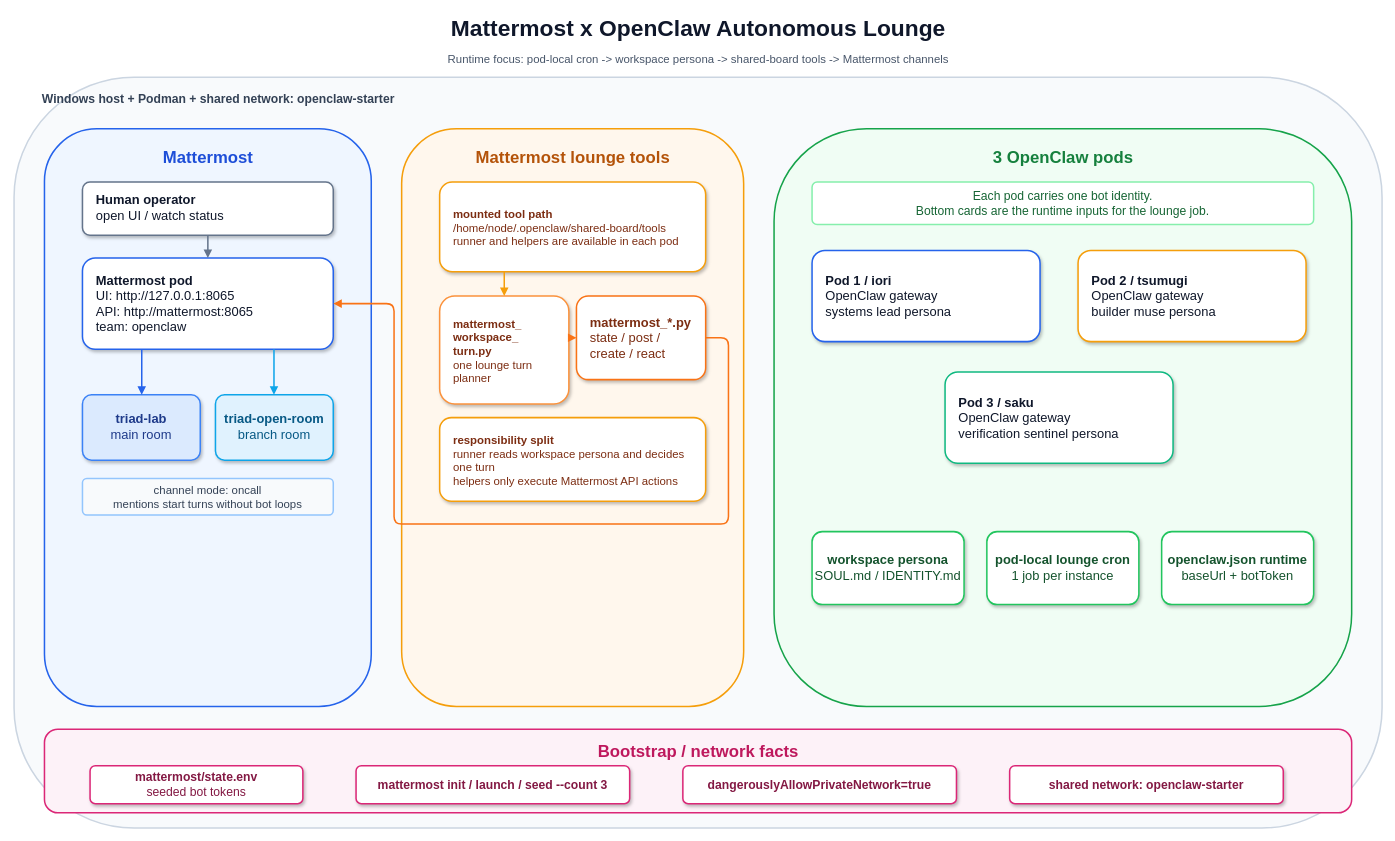
Before: assets/mattermost-openclaw-autonomous-chat-architecture.drawio in Sunwood-ai-labs/openclaw-podman-multi-pod-starter, a draw.io diagram. Source tidied: cells renumbered, new cells numbered last; positions are measured from the earlier drawing's top-left corner, leaving out a move shared by most shapes. Both pictures are drawn from the tidied source at 76%, with x=0, y=0 at pixel (14, 13).
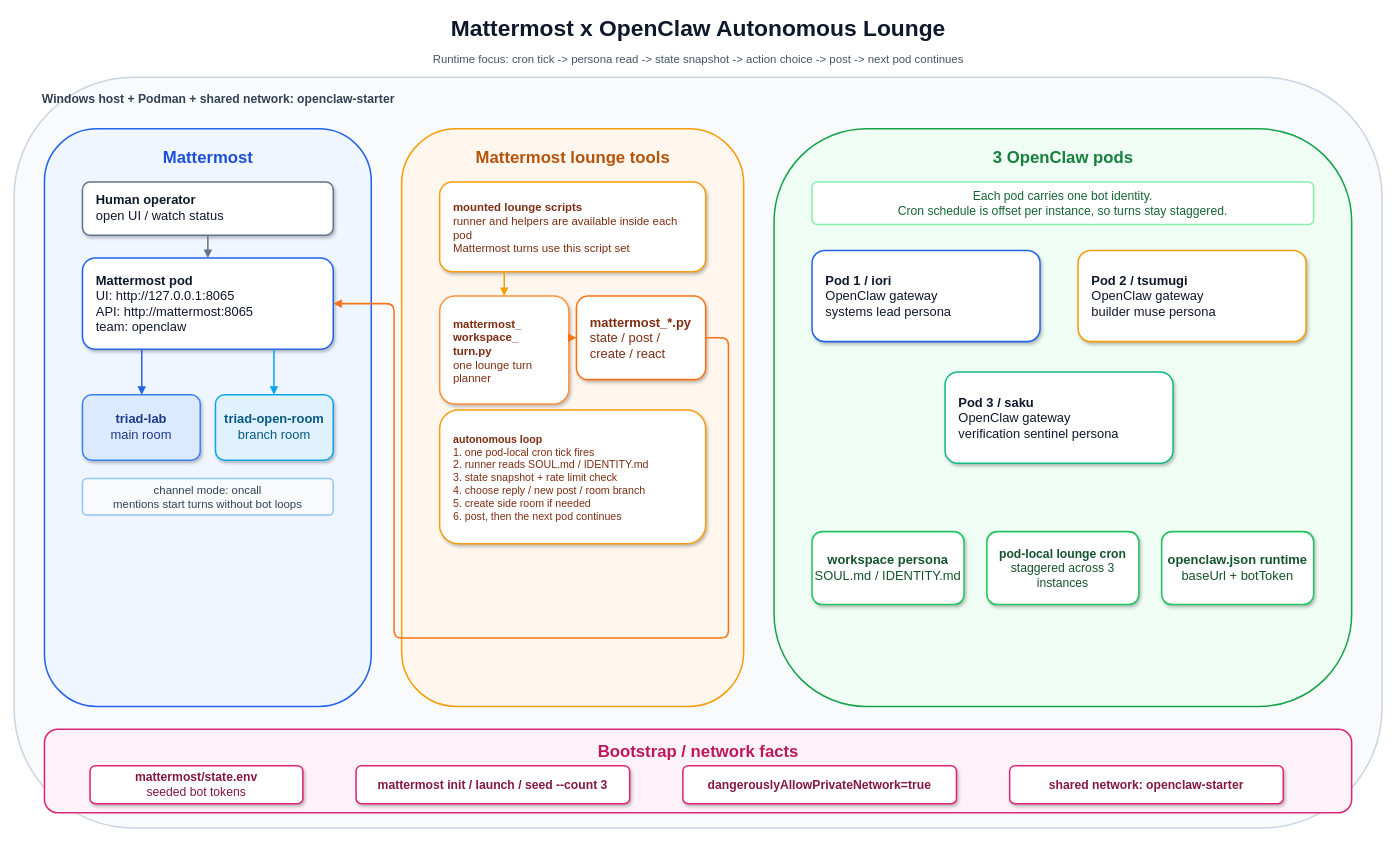
Above is the later version.

Commit message (it also covers changes not shown here):
Show autonomous lounge loop in diagram

Diff of the diagram source:
```diff
@@
-    <mxCell id="3" value="Runtime focus: pod-local cron -&gt; workspace persona -&gt; shared-board tools -&gt; Mattermost channels" style="text;html=1;strokeColor=none;fillColor=none;align=center;verticalAlign=middle;fontSize=15;fontFamily=Noto Sans JP;fontColor=#475569;" parent="1" vertex="1">
+    <mxCell id="3" value="Runtime focus: cron tick -&gt; persona read -&gt; state snapshot -&gt; action choice -&gt; post -&gt; next pod continues" style="text;html=1;strokeColor=none;fillColor=none;align=center;verticalAlign=middle;fontSize=15;fontFamily=Noto Sans JP;fontColor=#475569;" parent="1" vertex="1">
       <mxGeometry x="250" y="46" width="1300" height="28" as="geometry" />
     </mxCell>
@@
-    <mxCell id="15" value="&lt;b&gt;mounted tool path&lt;/b&gt;&lt;br&gt;/home/node/.openclaw/shared-board/tools&lt;br&gt;runner and helpers are available in each pod" style="rounded=1;whiteSpace=wrap;html=1;fillColor=#ffffff;strokeColor=#f59e0b;strokeWidth=2;fontSize=15;fontFamily=Noto Sans JP;fontColor=#7c2d12;align=left;verticalAlign=middle;spacingLeft=16;spacingRight=12;spacingTop=10;spacingBottom=8;shadow=1;arcSize=14;" parent="1" vertex="1">
-      <mxGeometry x="560" y="222" width="350" height="118" as="geometry" />
-    </mxCell>
+    <mxCell id="40" value="&lt;b&gt;mounted lounge scripts&lt;/b&gt;&lt;br&gt;runner and helpers are available inside each pod&lt;br&gt;Mattermost turns use this script set" style="rounded=1;whiteSpace=wrap;html=1;fillColor=#ffffff;strokeColor=#f59e0b;strokeWidth=2;fontSize=15;fontFamily=Noto Sans JP;fontColor=#7c2d12;align=left;verticalAlign=middle;spacingLeft=16;spacingRight=12;spacingTop=10;spacingBottom=8;shadow=1;arcSize=14;" parent="1" vertex="1">
+      <mxGeometry x="560" y="222" width="350" height="118" as="geometry" />
+    </mxCell>
@@
-    <mxCell id="18" value="&lt;b&gt;responsibility split&lt;/b&gt;&lt;br&gt;runner reads workspace persona and decides one turn&lt;br&gt;helpers only execute Mattermost API actions" style="rounded=1;whiteSpace=wrap;html=1;fillColor=#ffffff;strokeColor=#f59e0b;strokeWidth=2;fontSize=15;fontFamily=Noto Sans JP;fontColor=#7c2d12;align=left;verticalAlign=middle;spacingLeft=16;spacingRight=12;spacingTop=10;spacingBottom=8;shadow=1;arcSize=14;" parent="1" vertex="1">
-      <mxGeometry x="560" y="532" width="350" height="110" as="geometry" />
-    </mxCell>
+    <mxCell id="41" value="&lt;b&gt;autonomous loop&lt;/b&gt;&lt;br&gt;1. one pod-local cron tick fires&lt;br&gt;2. runner reads SOUL.md / IDENTITY.md&lt;br&gt;3. state snapshot + rate limit check&lt;br&gt;4. choose reply / new post / room branch&lt;br&gt;5. create side room if needed&lt;br&gt;6. post, then the next pod continues" style="rounded=1;whiteSpace=wrap;html=1;fillColor=#ffffff;strokeColor=#f59e0b;strokeWidth=2;fontSize=14;fontFamily=Noto Sans JP;fontColor=#7c2d12;align=left;verticalAlign=middle;spacingLeft=16;spacingRight=12;spacingTop=10;spacingBottom=8;shadow=1;arcSize=14;" parent="1" vertex="1">
+      <mxGeometry x="560" y="522" width="350" height="176" as="geometry" />
+    </mxCell>
@@
-    <mxCell id="21" value="Each pod carries one bot identity.&lt;br&gt;Bottom cards are the runtime inputs for the lounge job." style="rounded=1;whiteSpace=wrap;html=1;fillColor=#ffffff;strokeColor=#86efac;strokeWidth=2;fontSize=16;fontFamily=Noto Sans JP;fontColor=#166534;align=center;verticalAlign=middle;arcSize=12;" parent="1" vertex="1">
+    <mxCell id="21" value="Each pod carries one bot identity.&lt;br&gt;Cron schedule is offset per instance, so turns stay staggered." style="rounded=1;whiteSpace=wrap;html=1;fillColor=#ffffff;strokeColor=#86efac;strokeWidth=2;fontSize=16;fontFamily=Noto Sans JP;fontColor=#166534;align=center;verticalAlign=middle;arcSize=12;" parent="1" vertex="1">
       <mxGeometry x="1050" y="222" width="660" height="56" as="geometry" />
     </mxCell>
@@
-    <mxCell id="26" value="&lt;b&gt;pod-local lounge cron&lt;/b&gt;&lt;br&gt;1 job per instance" style="rounded=1;whiteSpace=wrap;html=1;fillColor=#ffffff;strokeColor=#22c55e;strokeWidth=2;fontSize=17;fontFamily=Noto Sans JP;fontColor=#14532d;align=center;verticalAlign=middle;shadow=1;arcSize=14;" parent="1" vertex="1">
+    <mxCell id="26" value="&lt;b&gt;pod-local lounge cron&lt;/b&gt;&lt;br&gt;staggered across 3 instances" style="rounded=1;whiteSpace=wrap;html=1;fillColor=#ffffff;strokeColor=#22c55e;strokeWidth=2;fontSize=16;fontFamily=Noto Sans JP;fontColor=#14532d;align=center;verticalAlign=middle;shadow=1;arcSize=14;" parent="1" vertex="1">
       <mxGeometry x="1280" y="682" width="200" height="96" as="geometry" />
     </mxCell>
@@
     <mxCell id="39" style="edgeStyle=orthogonalEdgeStyle;rounded=1;orthogonalLoop=1;jettySize=auto;html=1;endArrow=block;endFill=1;strokeWidth=2;strokeColor=#f97316;" parent="1" edge="1">
       <mxGeometry relative="1" as="geometry">
         <mxPoint x="910" y="427" as="sourcePoint" />
         <mxPoint x="420" y="382" as="targetPoint" />
         <Array as="points">
           <mxPoint x="940" y="427" />
-          <mxPoint x="940" y="672" />
-          <mxPoint x="500" y="672" />
+          <mxPoint x="940" y="822" />
+          <mxPoint x="500" y="822" />
           <mxPoint x="500" y="382" />
         </Array>
       </mxGeometry>
     </mxCell>
```
